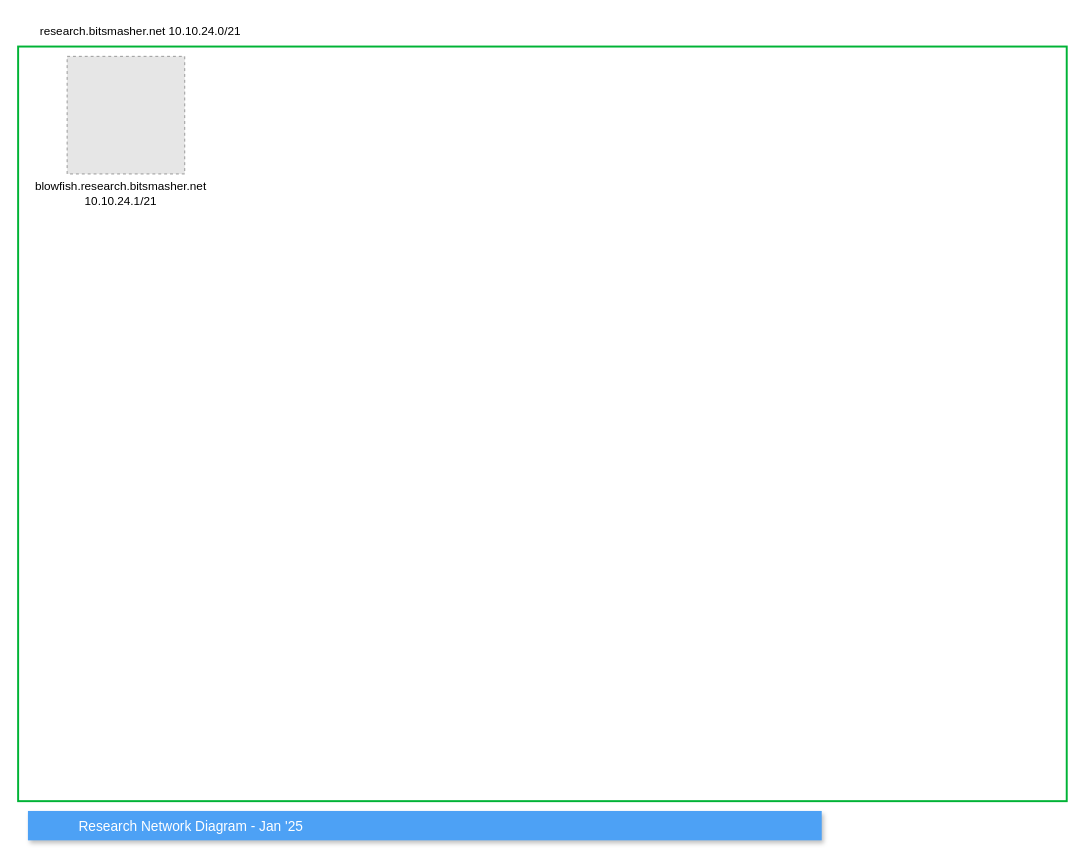
Before: page "research" (2 of 4) of ansible/collections/ansible_collections/lab/franklin/roles/documentation/files/drawings/lab_2024.drawio in devsecfranklin/franklin-resume, a draw.io diagram. Source tidied: cells renumbered, new cells numbered last; positions are measured from the earlier drawing's top-left corner, leaving out a move shared by most shapes. Both pictures are drawn from the tidied source at 98%, with x=0, y=0 at pixel (18, 17). Pictures stored in the file or linked from it are replaced by grey dashed boxes.
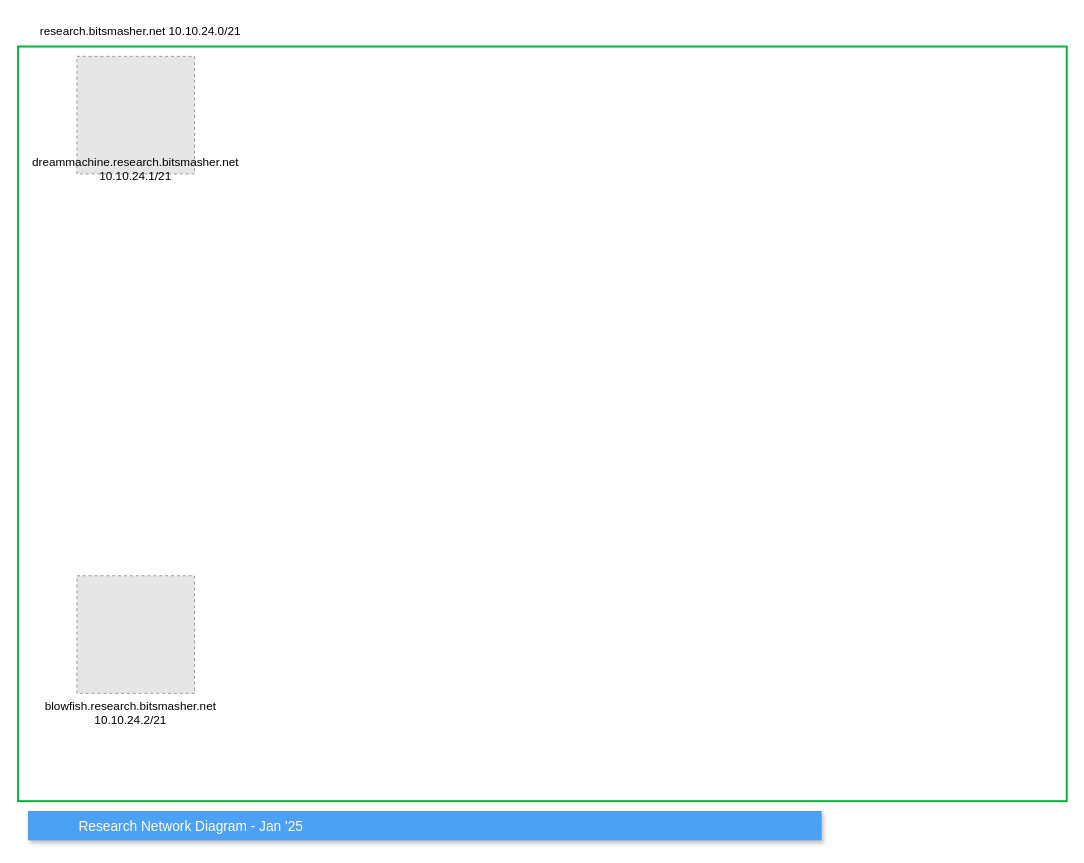
The same page after the edit.

Change to the diagram source:
```diff
@@
 <mxGraphModel>
   <root>
     <mxCell id="0" />
     <mxCell id="1" parent="0" />
     <mxCell id="2" value="Research Network Diagram - Jan '25 " style="fillColor=#4DA1F5;strokeColor=none;shadow=1;gradientColor=none;fontSize=14;align=left;spacingLeft=50;fontColor=#ffffff;" parent="1" vertex="1">
       <mxGeometry x="10" y="810" width="810" height="30" as="geometry" />
     </mxCell>
     <mxCell id="3" style="rounded=0;whiteSpace=wrap;html=1;fillColor=none;strokeColor=#00B336;strokeWidth=2;" parent="1" vertex="1">
       <mxGeometry y="30" width="1070" height="770" as="geometry" />
     </mxCell>
     <mxCell id="4" value="research.bitsmasher.net 10.10.24.0/21" style="text;html=1;strokeColor=none;fillColor=none;align=center;verticalAlign=middle;whiteSpace=wrap;rounded=0;" parent="1" vertex="1">
       <mxGeometry width="250" height="30" as="geometry" />
     </mxCell>
     <mxCell id="5" parent="0" />
     <mxCell id="6" style="group;" parent="5" vertex="1">
-      <mxGeometry x="10" y="40" width="190" height="160" as="geometry" />
+      <mxGeometry x="20" y="570" width="190" height="160" as="geometry" />
     </mxCell>
     <mxCell id="7" style="fillColor=#E6E6E6;strokeColor=#999999;dashed=1;" parent="6" vertex="1">
       <mxGeometry x="40" width="120" height="120" as="geometry" />
     </mxCell>
-    <mxCell id="8" value="blowfish.research.bitsmasher.net&lt;br&gt;10.10.24.1/21" style="text;html=1;strokeColor=none;fillColor=none;align=center;verticalAlign=middle;whiteSpace=wrap;rounded=0;" parent="6" vertex="1">
+    <mxCell id="8" value="blowfish.research.bitsmasher.net&lt;br&gt;10.10.24.2/21" style="text;html=1;strokeColor=none;fillColor=none;align=center;verticalAlign=middle;whiteSpace=wrap;rounded=0;" parent="6" vertex="1">
       <mxGeometry y="120" width="190" height="40" as="geometry" />
     </mxCell>
+    <mxCell id="9" style="group;" parent="5" vertex="1">
+      <mxGeometry x="20" y="40" width="200" height="130" as="geometry" />
+    </mxCell>
+    <mxCell id="10" style="fillColor=#E6E6E6;strokeColor=#999999;dashed=1;" parent="9" vertex="1">
+      <mxGeometry x="40" width="120" height="120" as="geometry" />
+    </mxCell>
+    <mxCell id="11" value="dreammachine.research.bitsmasher.net&lt;br&gt;10.10.24.1/21" style="text;html=1;strokeColor=none;fillColor=none;align=center;verticalAlign=middle;whiteSpace=wrap;rounded=0;" parent="9" vertex="1">
+      <mxGeometry y="100" width="200" height="30" as="geometry" />
+    </mxCell>
   </root>
 </mxGraphModel>
```
